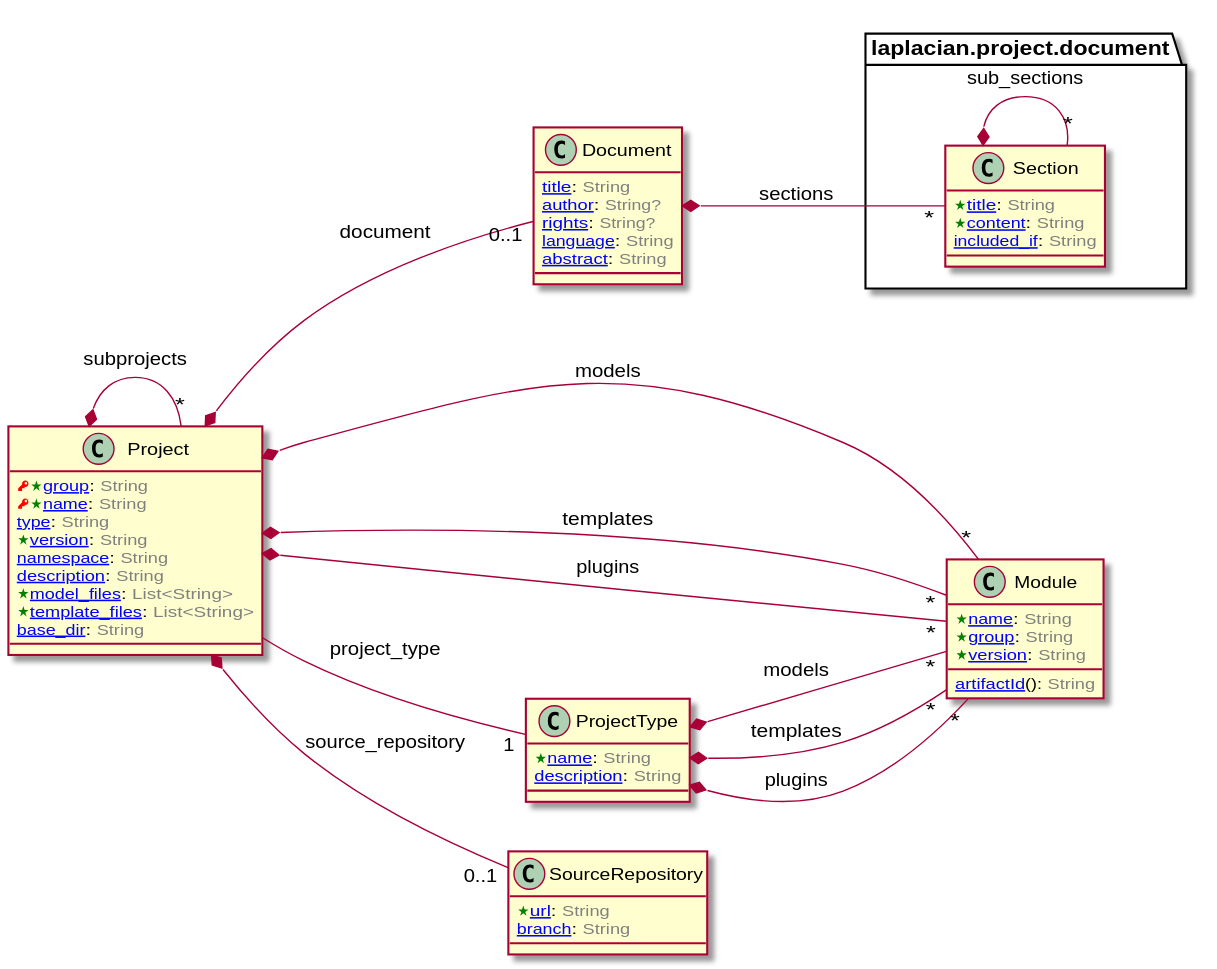
This is doc/image/model-diagram.svg from laplacian-core/project.domain-model, a PlantUML export, as it was before one commit.
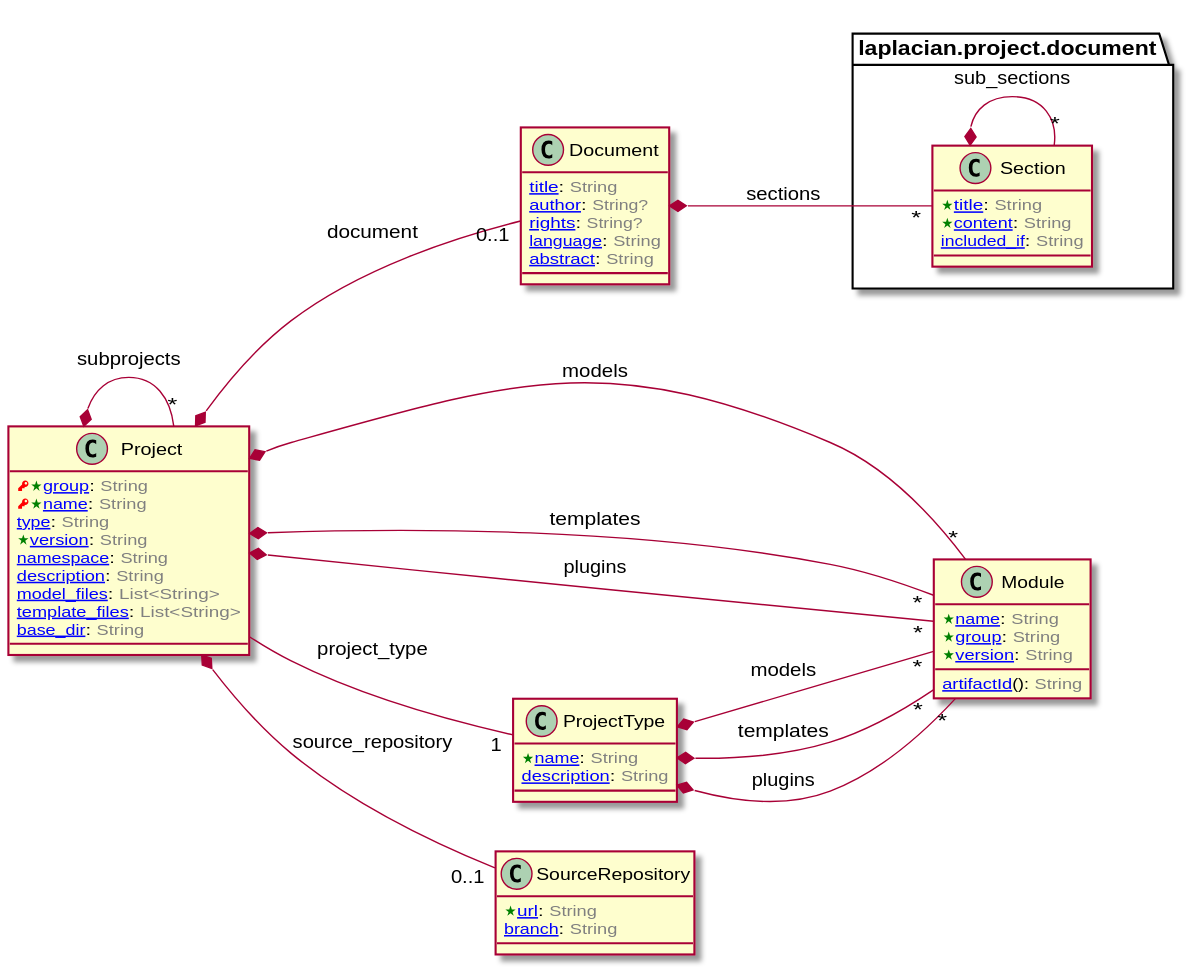
After the commit.

Commit message:
make some proerties optional

What changed in the source:
```diff
@@ -58,8 +58,8 @@
   <color:Green><&star></color>[[/blob/master/doc/entities/Project.md#version-string version]]: <color:GRAY>String</color>
   [[/blob/master/doc/entities/Project.md#namespace-string namespace]]: <color:GRAY>String</color>
   [[/blob/master/doc/entities/Project.md#description-string description]]: <color:GRAY>String</color>
-  <color:Green><&star></color>[[/blob/master/doc/entities/Project.md#model_files-listString model_files]]: <color:GRAY>List<String></color>
-  <color:Green><&star></color>[[/blob/master/doc/entities/Project.md#template_files-listString template_files]]: <color:GRAY>List<String></color>
+  [[/blob/master/doc/entities/Project.md#model_files-listString model_files]]: <color:GRAY>List<String></color>
+  [[/blob/master/doc/entities/Project.md#template_files-listString template_files]]: <color:GRAY>List<String></color>
   [[/blob/master/doc/entities/Project.md#base_dir-string base_dir]]: <color:GRAY>String</color>
 }
 
```
